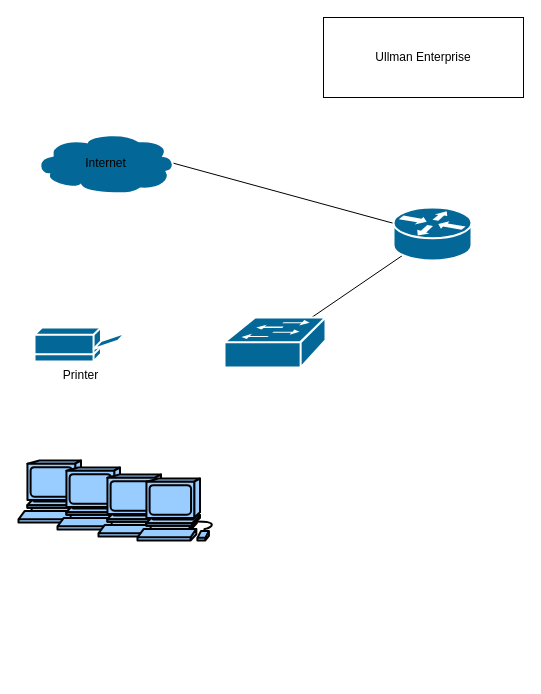
Above: Untitled Diagram.drawio in taming-life/ITNW1325_class (draw.io), before the change. Source tidied: cells renumbered, new cells numbered last; positions are measured from the earlier drawing's top-left corner, leaving out a move shared by most shapes. Both pictures are drawn from the tidied source at 100%, with x=0, y=0 at pixel (18, 17).
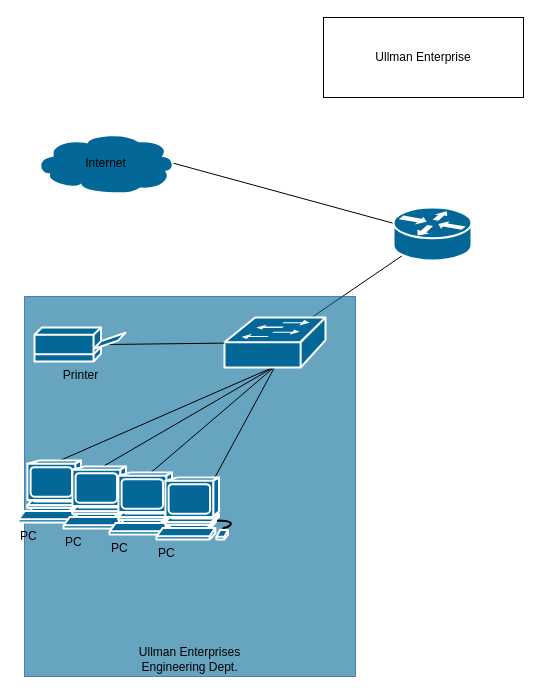
The same diagram, later.

Commit message:
Ullman Ent. Eng. Dept

Change to the diagram source:
```diff
@@
 <mxGraphModel>
   <root>
     <mxCell id="0" />
     <mxCell id="1" parent="0" />
     <mxCell id="2" style="rounded=0;jettySize=auto;html=1;exitX=0.98;exitY=0.5;exitDx=0;exitDy=0;exitPerimeter=0;endArrow=none;endFill=0;" parent="1" edge="1" source="3" target="5">
       <mxGeometry relative="1" as="geometry" />
     </mxCell>
     <mxCell id="3" value="Internet" style="shape=mxgraph.cisco.storage.cloud;sketch=0;html=1;dashed=0;fillColor=#036897;strokeColor=#ffffff;strokeWidth=2;verticalLabelPosition=middle;verticalAlign=middle;align=center;outlineConnect=0;labelPosition=center;" parent="1" vertex="1">
       <mxGeometry x="16" y="115" width="141" height="61" as="geometry" />
     </mxCell>
     <mxCell id="4" style="rounded=0;jettySize=auto;html=1;exitX=0.12;exitY=0.9;exitDx=0;exitDy=0;exitPerimeter=0;endArrow=none;endFill=0;" parent="1" edge="1" source="5" target="6">
       <mxGeometry relative="1" as="geometry" />
     </mxCell>
     <mxCell id="5" style="shape=mxgraph.cisco.routers.router;sketch=0;html=1;dashed=0;fillColor=#036897;strokeColor=#ffffff;strokeWidth=2;verticalLabelPosition=bottom;verticalAlign=top;align=center;outlineConnect=0;" parent="1" vertex="1">
       <mxGeometry x="375" y="190" width="78" height="53" as="geometry" />
     </mxCell>
+    <mxCell id="13" value="Ullman Enterprises&lt;br&gt;Engineering Dept." style="rounded=0;whiteSpace=wrap;html=1;opacity=60;fillColor=#036897;strokeColor=#004C99;spacingTop=345;" parent="1" vertex="1">
+      <mxGeometry x="6" y="279" width="331" height="380" as="geometry" />
+    </mxCell>
+    <mxCell id="14" style="rounded=0;jettySize=auto;html=1;exitX=0.5;exitY=0.98;exitDx=0;exitDy=0;exitPerimeter=0;endArrow=none;endFill=0;" parent="1" edge="1" source="6" target="9">
+      <mxGeometry relative="1" as="geometry" />
+    </mxCell>
+    <mxCell id="15" style="rounded=0;jettySize=auto;html=1;exitX=0.5;exitY=0.98;exitDx=0;exitDy=0;exitPerimeter=0;entryX=0.5;entryY=0;entryDx=0;entryDy=0;entryPerimeter=0;endArrow=none;endFill=0;" parent="1" edge="1" source="6" target="9">
+      <mxGeometry relative="1" as="geometry" />
+    </mxCell>
+    <mxCell id="16" style="rounded=0;jettySize=auto;html=1;exitX=0.5;exitY=0.98;exitDx=0;exitDy=0;exitPerimeter=0;endArrow=none;endFill=0;entryX=0.5;entryY=0;entryDx=0;entryDy=0;entryPerimeter=0;" parent="1" edge="1" source="6" target="11">
+      <mxGeometry relative="1" as="geometry" />
+    </mxCell>
+    <mxCell id="17" style="rounded=0;jettySize=auto;html=1;exitX=0.5;exitY=0.98;exitDx=0;exitDy=0;exitPerimeter=0;endArrow=none;endFill=0;" parent="1" edge="1" source="6" target="19">
+      <mxGeometry relative="1" as="geometry" />
+    </mxCell>
     <mxCell id="6" style="shape=mxgraph.cisco.switches.workgroup_switch;sketch=0;html=1;dashed=0;fillColor=#036897;strokeColor=#ffffff;strokeWidth=2;verticalLabelPosition=bottom;verticalAlign=top;align=center;outlineConnect=0;" parent="1" vertex="1">
       <mxGeometry x="206" y="300" width="101" height="50" as="geometry" />
     </mxCell>
     <mxCell id="7" value="Ullman Enterprise" style="rounded=0;whiteSpace=wrap;html=1;" parent="1" vertex="1">
       <mxGeometry x="305" width="200" height="80" as="geometry" />
     </mxCell>
+    <mxCell id="18" style="rounded=0;jettySize=auto;html=1;exitX=0.8;exitY=0.5;exitDx=0;exitDy=0;exitPerimeter=0;endArrow=none;endFill=0;" parent="1" edge="1" source="8" target="6">
+      <mxGeometry relative="1" as="geometry" />
+    </mxCell>
     <mxCell id="8" value="Printer" style="shape=mxgraph.cisco.computers_and_peripherals.printer;html=1;dashed=0;fillColor=#036897;strokeColor=#ffffff;strokeWidth=2;verticalLabelPosition=bottom;verticalAlign=top;align=center;outlineConnect=0;" parent="1" vertex="1">
       <mxGeometry x="16" y="310" width="91" height="34" as="geometry" />
     </mxCell>
-    <mxCell id="9" style="shape=mxgraph.cisco.computers_and_peripherals.workstation;sketch=0;html=1;dashed=0;fillColor=#99CCFF;strokeColor=#000000;strokeWidth=2;verticalLabelPosition=bottom;verticalAlign=top;align=center;outlineConnect=0;" parent="1" vertex="1">
+    <mxCell id="9" value="PC" style="shape=mxgraph.cisco.computers_and_peripherals.workstation;sketch=0;html=1;dashed=0;fillColor=#036897;strokeColor=#ffffff;strokeWidth=2;verticalLabelPosition=bottom;verticalAlign=top;align=left;outlineConnect=0;" parent="1" vertex="1">
       <mxGeometry y="443" width="83" height="62" as="geometry" />
     </mxCell>
-    <mxCell id="10" style="shape=mxgraph.cisco.computers_and_peripherals.workstation;sketch=0;html=1;dashed=0;fillColor=#99CCFF;strokeColor=#000000;strokeWidth=2;verticalLabelPosition=bottom;verticalAlign=top;align=center;" parent="1" vertex="1">
-      <mxGeometry x="39" y="450" width="83" height="62" as="geometry" />
+    <mxCell id="10" value="PC" style="shape=mxgraph.cisco.computers_and_peripherals.workstation;sketch=0;html=1;dashed=0;fillColor=#036897;strokeColor=#ffffff;strokeWidth=2;verticalLabelPosition=bottom;verticalAlign=top;align=left;" parent="1" vertex="1">
+      <mxGeometry x="45" y="449" width="83" height="62" as="geometry" />
     </mxCell>
-    <mxCell id="11" style="shape=mxgraph.cisco.computers_and_peripherals.workstation;sketch=0;html=1;dashed=0;fillColor=#99CCFF;strokeColor=#000000;strokeWidth=2;verticalLabelPosition=bottom;verticalAlign=top;align=center;outlineConnect=0;" parent="1" vertex="1">
-      <mxGeometry x="80" y="457" width="83" height="62" as="geometry" />
+    <mxCell id="11" value="PC" style="shape=mxgraph.cisco.computers_and_peripherals.workstation;sketch=0;html=1;dashed=0;fillColor=#036897;strokeColor=#ffffff;strokeWidth=2;verticalLabelPosition=bottom;verticalAlign=top;align=left;outlineConnect=0;" parent="1" vertex="1">
+      <mxGeometry x="91" y="455" width="83" height="62" as="geometry" />
     </mxCell>
-    <mxCell id="12" style="shape=mxgraph.cisco.computers_and_peripherals.workstation;sketch=0;html=1;dashed=0;fillColor=#99CCFF;strokeColor=#000000;strokeWidth=2;verticalLabelPosition=bottom;verticalAlign=top;align=center;" parent="1" vertex="1">
-      <mxGeometry x="119" y="461" width="83" height="62" as="geometry" />
-    </mxCell>
+    <mxCell id="19" value="PC" style="shape=mxgraph.cisco.computers_and_peripherals.workstation;sketch=0;html=1;dashed=0;fillColor=#036897;strokeColor=#ffffff;strokeWidth=2;verticalLabelPosition=bottom;verticalAlign=top;align=left;outlineConnect=0;" parent="1" vertex="1">
+      <mxGeometry x="138" y="460" width="83" height="62" as="geometry" />
+    </mxCell>
   </root>
 </mxGraphModel>
```
